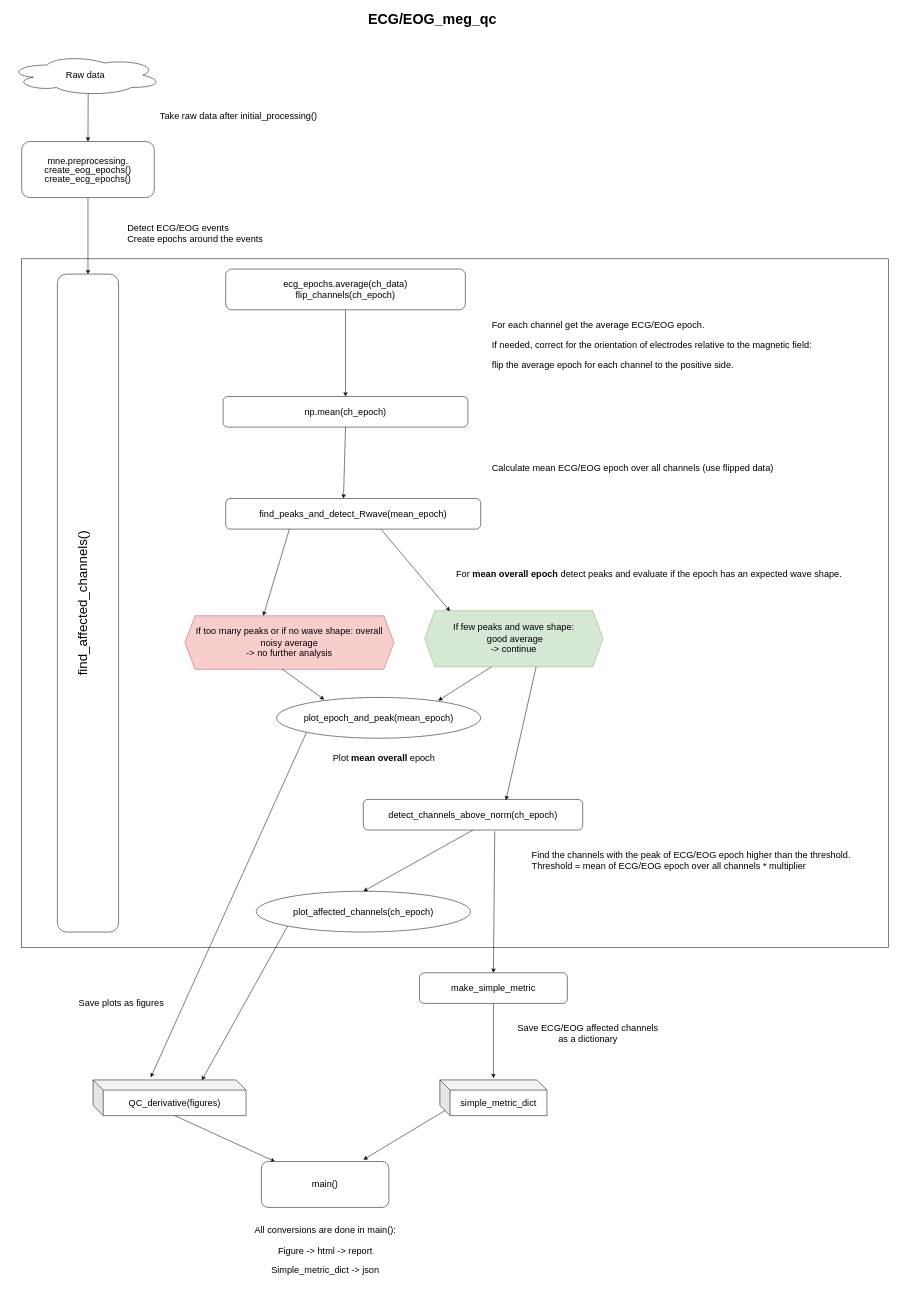
oldgandalf/MEGqcJorge keeps this draw.io diagram as docs and diagrams/ECG_UML short.drawio. Above is the earlier version. Source tidied: cells renumbered, new cells numbered last; positions are measured from the earlier drawing's top-left corner, leaving out a move shared by most shapes. Both pictures are drawn from the tidied source at 51%, with x=0, y=0 at pixel (9, 9).
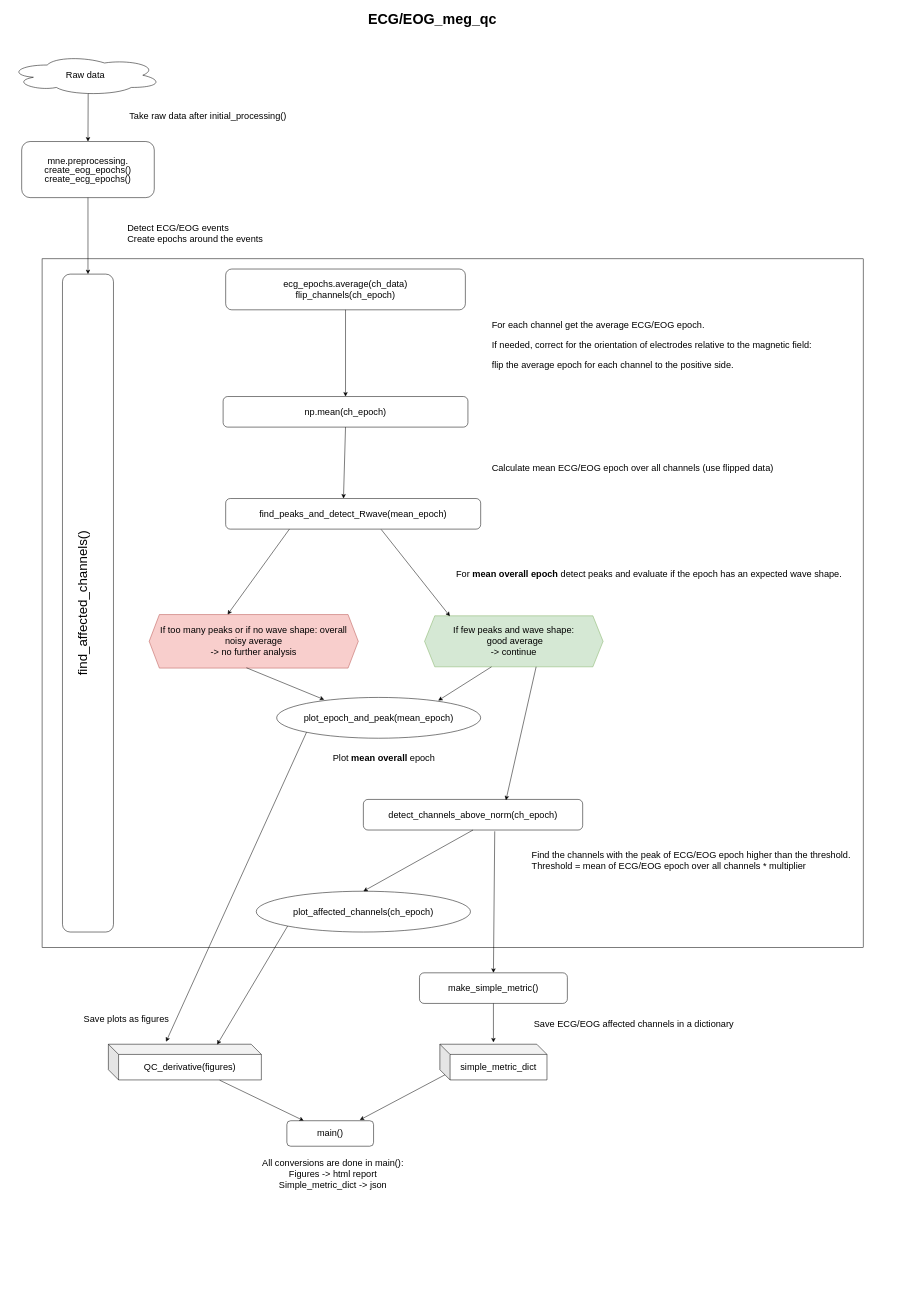
After the change.

Commit message (it also covers changes not shown here):
making new std, ptp diagrams, head, muscle

Diff of the diagram source:
```diff
@@
     <mxCell id="2" style="rounded=0;whiteSpace=wrap;html=1;fontFamily=Helvetica;fontSize=18;" parent="1" vertex="1">
-      <mxGeometry x="25" y="490" width="1700" height="1350" as="geometry" />
+      <mxGeometry x="65" y="490" width="1610" height="1350" as="geometry" />
     </mxCell>
@@
     <mxCell id="8" value="&lt;font style=&quot;font-size: 26px;&quot;&gt;find_affected_channels()&lt;br style=&quot;&quot;&gt;&lt;/font&gt;&lt;font style=&quot;font-size: 18px;&quot;&gt;&lt;span style=&quot;color: rgb(121, 94, 38); font-size: 18px;&quot;&gt;&lt;br style=&quot;font-size: 18px;&quot;&gt;&lt;/span&gt;&lt;/font&gt;" style="rounded=1;whiteSpace=wrap;html=1;fontSize=18;horizontal=0;fontFamily=Helvetica;" parent="1" vertex="1">
-      <mxGeometry x="95" y="520" width="120" height="1290" as="geometry" />
+      <mxGeometry x="105" y="520" width="100" height="1290" as="geometry" />
     </mxCell>
@@
     <mxCell id="14" value="&lt;span style=&quot;border-color: var(--border-color); font-size: 18px;&quot;&gt;If too many peaks or if no wave shape: overall noisy average &lt;br style=&quot;font-size: 18px;&quot;&gt;-&amp;gt; no further analysis&lt;/span&gt;" style="shape=hexagon;perimeter=hexagonPerimeter2;whiteSpace=wrap;html=1;fixedSize=1;fontSize=18;fillColor=#f8cecc;strokeColor=#b85450;fontStyle=0;fontFamily=Helvetica;" parent="1" vertex="1">
-      <mxGeometry x="345" y="1190" width="410" height="105" as="geometry" />
+      <mxGeometry x="275" y="1187.5" width="410" height="105" as="geometry" />
     </mxCell>
     <mxCell id="15" value="If few peaks and wave shape:&lt;br style=&quot;font-size: 18px;&quot;&gt;&amp;nbsp;good average&lt;br style=&quot;font-size: 18px;&quot;&gt;-&amp;gt; continue" style="shape=hexagon;perimeter=hexagonPerimeter2;whiteSpace=wrap;html=1;fixedSize=1;fontSize=18;fillColor=#d5e8d4;strokeColor=#82b366;fontFamily=Helvetica;" parent="1" vertex="1">
-      <mxGeometry x="815" y="1180" width="350" height="110" as="geometry" />
+      <mxGeometry x="815" y="1190" width="350" height="100" as="geometry" />
     </mxCell>
@@
     <mxCell id="29" value="QC_derivative(figures)" style="shape=cube;whiteSpace=wrap;html=1;boundedLbl=1;backgroundOutline=1;darkOpacity=0.05;darkOpacity2=0.1;fontFamily=Helvetica;fontSize=18;" parent="1" vertex="1">
-      <mxGeometry x="165" y="2100" width="300" height="70" as="geometry" />
+      <mxGeometry x="195" y="2030" width="300" height="70" as="geometry" />
     </mxCell>
@@
-    <mxCell id="33" style="endArrow=classic;html=1;rounded=0;fontFamily=Helvetica;fontSize=18;exitX=0;exitY=0;exitDx=160;exitDy=70;exitPerimeter=0;" parent="1" edge="1" source="29" target="34">
+    <mxCell id="33" style="endArrow=classic;html=1;rounded=0;fontFamily=Helvetica;fontSize=18;exitX=0.727;exitY=1.007;exitDx=0;exitDy=0;exitPerimeter=0;" parent="1" edge="1" source="29" target="34">
       <mxGeometry relative="1" as="geometry" />
     </mxCell>
     <mxCell id="34" value="main()" style="rounded=1;whiteSpace=wrap;html=1;fontFamily=Helvetica;fontSize=18;" parent="1" vertex="1">
-      <mxGeometry x="495" y="2260" width="250" height="90" as="geometry" />
+      <mxGeometry x="545" y="2180" width="170" height="50" as="geometry" />
     </mxCell>
     <mxCell id="35" value="&lt;font style=&quot;font-size: 18px;&quot;&gt;Take raw data after initial_processing()&lt;/font&gt;" style="text;html=1;align=center;verticalAlign=middle;strokeColor=none;fillColor=none;fontSize=18;fontFamily=Helvetica;" parent="1" vertex="1">
-      <mxGeometry x="285" y="190" width="330" height="40" as="geometry" />
+      <mxGeometry x="225" y="190" width="330" height="40" as="geometry" />
     </mxCell>
@@
-    <mxCell id="38" value="make_simple_metric" style="rounded=1;whiteSpace=wrap;html=1;fontFamily=Helvetica;fontSize=18;" parent="1" vertex="1">
+    <mxCell id="38" value="make_simple_metric()" style="rounded=1;whiteSpace=wrap;html=1;fontFamily=Helvetica;fontSize=18;" parent="1" vertex="1">
       <mxGeometry x="805" y="1890" width="290" height="60" as="geometry" />
     </mxCell>
     <mxCell id="39" value="simple_metric_dict" style="shape=cube;whiteSpace=wrap;html=1;boundedLbl=1;backgroundOutline=1;darkOpacity=0.05;darkOpacity2=0.1;fontFamily=Helvetica;fontSize=18;" parent="1" vertex="1">
-      <mxGeometry x="845" y="2100" width="210" height="70" as="geometry" />
+      <mxGeometry x="845" y="2030" width="210" height="70" as="geometry" />
     </mxCell>
-    <mxCell id="40" style="endArrow=classic;html=1;rounded=0;fontFamily=Helvetica;fontSize=18;exitX=0;exitY=0;exitDx=10;exitDy=60;exitPerimeter=0;entryX=0.8;entryY=-0.039;entryDx=0;entryDy=0;entryPerimeter=0;" parent="1" edge="1" source="39" target="34">
+    <mxCell id="40" style="endArrow=classic;html=1;rounded=0;fontFamily=Helvetica;fontSize=18;exitX=0;exitY=0;exitDx=10;exitDy=60;exitPerimeter=0;entryX=0.841;entryY=-0.03;entryDx=0;entryDy=0;entryPerimeter=0;" parent="1" edge="1" source="39" target="34">
       <mxGeometry relative="1" as="geometry" />
     </mxCell>
@@
-    <mxCell id="42" value="&lt;blockquote style=&quot;font-size: 18px;&quot;&gt;All conversions are done in main():&lt;/blockquote&gt;&lt;blockquote style=&quot;font-size: 18px;&quot;&gt;Figure -&amp;gt; html -&amp;gt; report&lt;/blockquote&gt;&lt;blockquote style=&quot;font-size: 18px;&quot;&gt;Simple_metric_dict -&amp;gt; json&lt;/blockquote&gt;" style="text;html=1;align=center;verticalAlign=middle;strokeColor=none;fillColor=none;fontSize=18;fontFamily=Helvetica;" parent="1" vertex="1">
-      <mxGeometry x="430" y="2360" width="380" height="150" as="geometry" />
+    <mxCell id="42" value="&lt;p style=&quot;font-size: 18px;&quot;&gt;All conversions are done in main():&lt;br&gt;Figures -&amp;gt; html report&lt;br&gt;Simple_metric_dict -&amp;gt; json&lt;/p&gt;" style="text;html=1;align=center;verticalAlign=middle;strokeColor=none;fillColor=none;fontSize=18;fontFamily=Helvetica;" parent="1" vertex="1">
+      <mxGeometry x="485" y="2230" width="300" height="110" as="geometry" />
     </mxCell>
-    <mxCell id="43" value="Save ECG/EOG affected channels&lt;br style=&quot;font-size: 18px;&quot;&gt;as a dictionary" style="text;html=1;align=center;verticalAlign=middle;strokeColor=none;fillColor=none;fontSize=18;fontFamily=Helvetica;" parent="1" vertex="1">
-      <mxGeometry x="985" y="1980" width="300" height="60" as="geometry" />
+    <mxCell id="43" value="Save ECG/EOG affected channels in a dictionary" style="text;html=1;align=center;verticalAlign=middle;strokeColor=none;fillColor=none;fontSize=18;fontFamily=Helvetica;" parent="1" vertex="1">
+      <mxGeometry x="1015" y="1970" width="420" height="40" as="geometry" />
     </mxCell>
     <mxCell id="44" value="Save plots as figures" style="text;html=1;align=center;verticalAlign=middle;strokeColor=none;fillColor=none;fontSize=18;fontFamily=Helvetica;" parent="1" vertex="1">
-      <mxGeometry x="125" y="1930" width="190" height="40" as="geometry" />
+      <mxGeometry x="135" y="1960" width="190" height="40" as="geometry" />
     </mxCell>
```
